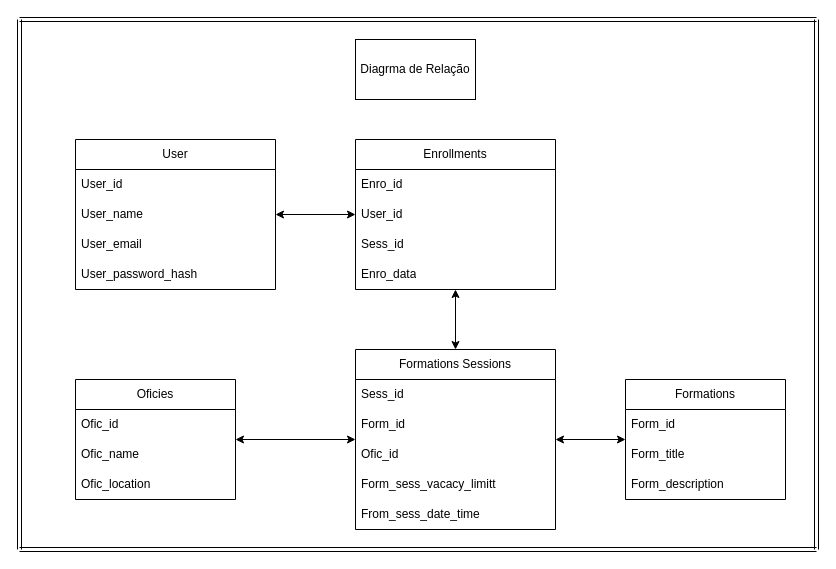
This is Relationship_diagram.drawio from Filipe3Paisana/Ecoalimentar, a draw.io file, before an edit. Source tidied: cells renumbered, new cells numbered last; positions are measured from the earlier drawing's top-left corner, leaving out a move shared by most shapes. Both pictures are drawn from the tidied source at 100%, with x=0, y=0 at pixel (19, 19).
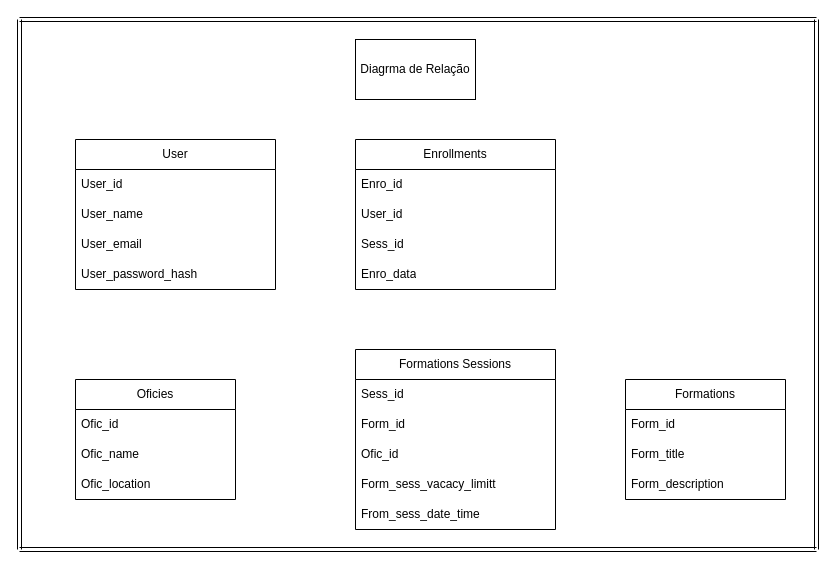
The same page after the edit.

Commit message (it also covers changes not shown here):
Diagrma UML

Unchanged cells that the change refers to:
```xml
<mxCell id="2" value="User" style="swimlane;fontStyle=0;horizontal=1;startSize=30;whiteSpace=wrap;html=1;" parent="1" vertex="1">
  <mxGeometry x="56" y="120" width="200" height="150" as="geometry" />
</mxCell>
<mxCell id="7" value="Oficies" style="swimlane;fontStyle=0;horizontal=1;startSize=30;whiteSpace=wrap;html=1;" parent="1" vertex="1">
  <mxGeometry x="56" y="360" width="160" height="120" as="geometry" />
</mxCell>
<mxCell id="11" value="Formations" style="swimlane;fontStyle=0;horizontal=1;startSize=30;whiteSpace=wrap;html=1;" parent="1" vertex="1">
  <mxGeometry x="606" y="360" width="160" height="120" as="geometry" />
</mxCell>
<mxCell id="15" value="Formations Sessions" style="swimlane;fontStyle=0;horizontal=1;startSize=30;whiteSpace=wrap;html=1;" parent="1" vertex="1">
  <mxGeometry x="336" y="330" width="200" height="180" as="geometry" />
</mxCell>
<mxCell id="21" value="Enrollments" style="swimlane;fontStyle=0;horizontal=1;startSize=30;whiteSpace=wrap;html=1;" parent="1" vertex="1">
  <mxGeometry x="336" y="120" width="200" height="150" as="geometry" />
</mxCell>
```

Change to the diagram source:
```diff
@@
-    <mxCell id="31" style="endArrow=classic;startArrow=classic;html=1;" parent="1" edge="1" source="2" target="21">
-      <mxGeometry relative="1" as="geometry" />
-    </mxCell>
-    <mxCell id="32" style="endArrow=classic;startArrow=classic;html=1;exitX=0.5;exitY=0;exitDx=0;exitDy=0;" parent="1" edge="1" source="15" target="21">
-      <mxGeometry relative="1" as="geometry" />
-    </mxCell>
-    <mxCell id="33" style="endArrow=classic;startArrow=classic;html=1;" parent="1" edge="1" source="7" target="15">
-      <mxGeometry relative="1" as="geometry" />
-    </mxCell>
-    <mxCell id="34" style="endArrow=classic;startArrow=classic;html=1;" parent="1" edge="1" source="15" target="11">
-      <mxGeometry relative="1" as="geometry" />
-    </mxCell>
```
